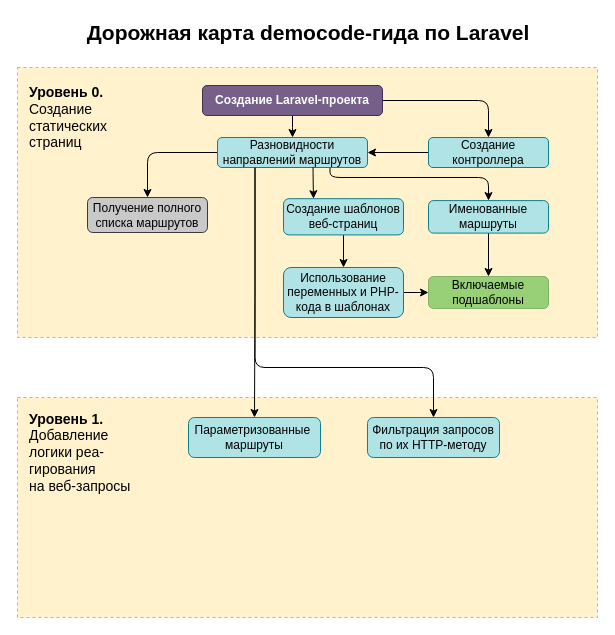
Before: PHP/Laravel-guide/images/Laravel-RoadMap.drawio in Dionisiy79/DemoCode, a draw.io diagram. Source tidied: cells renumbered, new cells numbered last; positions are measured from the earlier drawing's top-left corner, leaving out a move shared by most shapes. Both pictures are drawn from the tidied source at 100%, with x=0, y=0 at pixel (17, 17).
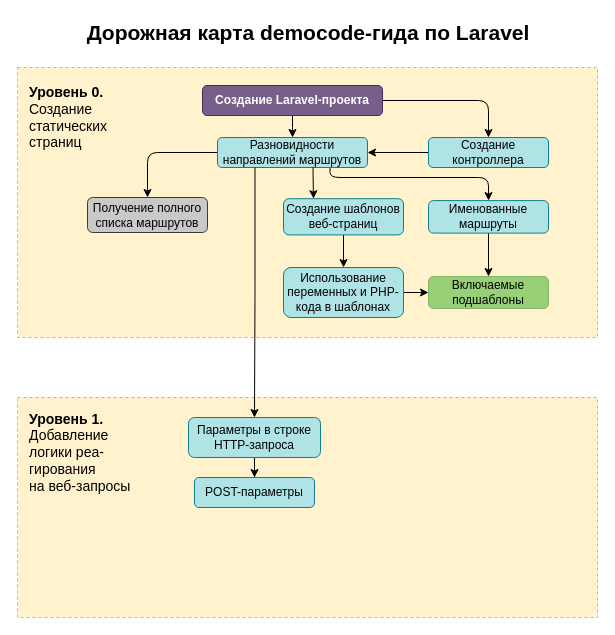
After the change.

The change refers to these unchanged cells:
```xml
<mxCell id="10" value="Разновидности направлений маршрутов" style="whiteSpace=wrap;html=1;rounded=1;fillColor=#b0e3e6;strokeColor=#0e8088;" parent="1" vertex="1">
  <mxGeometry x="200" y="120" width="150" height="30" as="geometry" />
</mxCell>
```

What changed in the source:
```diff
@@
-    <mxCell id="9" style="edgeStyle=orthogonalEdgeStyle;rounded=1;jettySize=auto;html=1;exitX=0.25;exitY=1;exitDx=0;exitDy=0;" parent="1" edge="1" source="10" target="21">
-      <mxGeometry relative="1" as="geometry">
-        <Array as="points">
-          <mxPoint x="237" y="350" />
-          <mxPoint x="416" y="350" />
-        </Array>
-      </mxGeometry>
-    </mxCell>
@@
+    <mxCell id="28" style="edgeStyle=orthogonalEdgeStyle;rounded=0;jettySize=auto;html=1;" parent="1" edge="1" source="20" target="29">
+      <mxGeometry relative="1" as="geometry" />
+    </mxCell>
-    <mxCell id="20" value="Параметризованные&amp;nbsp; маршруты" style="whiteSpace=wrap;html=1;fillColor=#b0e3e6;strokeColor=#0e8088;rounded=1;" parent="1" vertex="1">
+    <mxCell id="20" value="Параметры в строке HTTP-запроса" style="whiteSpace=wrap;html=1;fillColor=#b0e3e6;strokeColor=#0e8088;rounded=1;" parent="1" vertex="1">
       <mxGeometry x="171" y="400" width="132" height="40" as="geometry" />
     </mxCell>
-    <mxCell id="21" value="Фильтрация запросов по их HTTP-методу" style="whiteSpace=wrap;html=1;fillColor=#b0e3e6;strokeColor=#0e8088;rounded=1;" parent="1" vertex="1">
-      <mxGeometry x="350" y="400" width="132" height="40" as="geometry" />
-    </mxCell>
@@
+    <mxCell id="29" value="POST-параметры" style="whiteSpace=wrap;html=1;fillColor=#b0e3e6;strokeColor=#0e8088;rounded=1;" parent="1" vertex="1">
+      <mxGeometry x="177" y="460" width="120" height="30" as="geometry" />
+    </mxCell>
```
